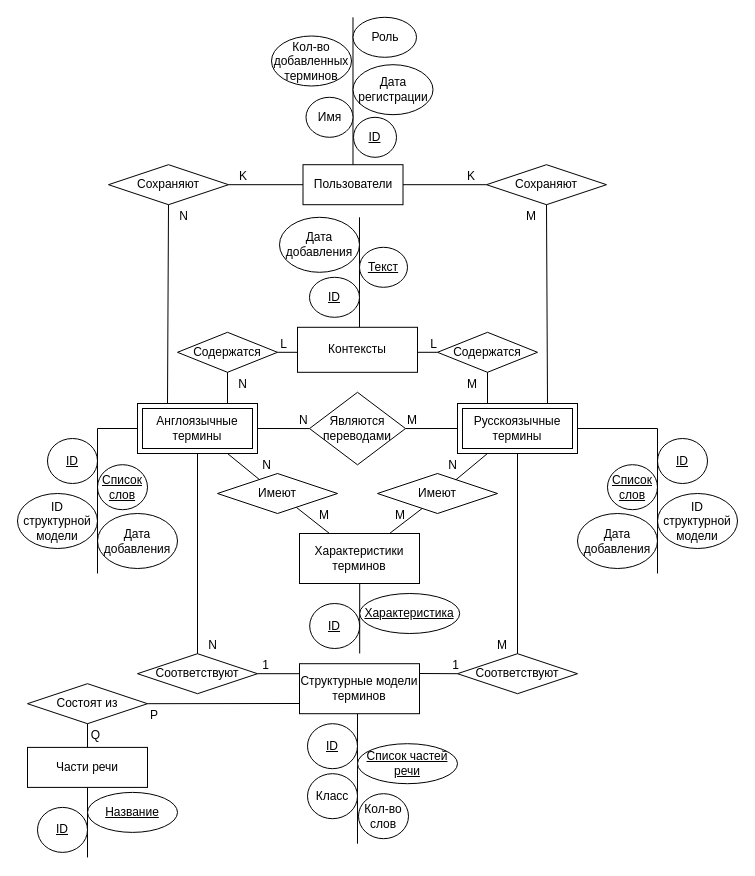
Above: docs/tex/img/ER/ER.drawio in Inspirate789/Thermy-backend (draw.io), before the change. Source tidied: cells renumbered, new cells numbered last; positions are measured from the earlier drawing's top-left corner, leaving out a move shared by most shapes. Both pictures are drawn from the tidied source at 100%, with x=0, y=0 at pixel (17, 17).
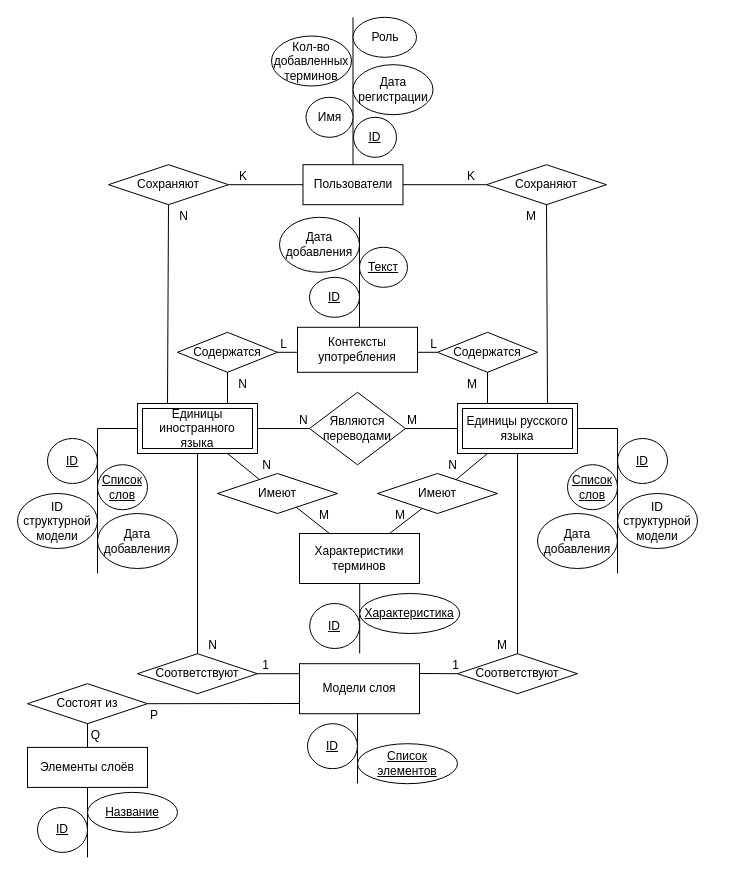
The same diagram, later.

Change to the diagram source:
```diff
@@
-    <mxCell id="2" value="Англоязычные термины" style="shape=ext;margin=3;double=1;whiteSpace=wrap;html=1;align=center;" parent="1" vertex="1">
+    <mxCell id="2" value="Единицы иностранного языка" style="shape=ext;margin=3;double=1;whiteSpace=wrap;html=1;align=center;" parent="1" vertex="1">
       <mxGeometry x="120" y="386" width="120" height="50" as="geometry" />
     </mxCell>
-    <mxCell id="3" value="Русскоязычные термины" style="shape=ext;margin=3;double=1;whiteSpace=wrap;html=1;align=center;" parent="1" vertex="1">
+    <mxCell id="3" value="Единицы русского языка" style="shape=ext;margin=3;double=1;whiteSpace=wrap;html=1;align=center;" parent="1" vertex="1">
       <mxGeometry x="440" y="386" width="120" height="50" as="geometry" />
     </mxCell>
@@
     <mxCell id="30" style="line;strokeWidth=1;dashed=0;labelPosition=right;align=left;verticalAlign=middle;spacingTop=0;spacingLeft=6;direction=south;" parent="1" vertex="1">
-      <mxGeometry x="335" y="696.2" width="10" height="130" as="geometry" />
+      <mxGeometry x="335" y="696.2" width="10" height="69.8" as="geometry" />
     </mxCell>
-    <mxCell id="31" value="Список частей речи" style="ellipse;whiteSpace=wrap;html=1;align=center;fontStyle=4;" parent="1" vertex="1">
+    <mxCell id="31" value="Список элементов" style="ellipse;whiteSpace=wrap;html=1;align=center;fontStyle=4;" parent="1" vertex="1">
       <mxGeometry x="340" y="726.2" width="100" height="40" as="geometry" />
     </mxCell>
@@
-    <mxCell id="51" value="Кол-во&lt;br&gt;слов" style="ellipse;whiteSpace=wrap;html=1;align=center;" parent="1" vertex="1">
-      <mxGeometry x="341" y="776.2" width="50" height="45" as="geometry" />
-    </mxCell>
@@
-    <mxCell id="56" value="Класс" style="ellipse;whiteSpace=wrap;html=1;align=center;" parent="1" vertex="1">
-      <mxGeometry x="290" y="756.2" width="50" height="45" as="geometry" />
-    </mxCell>
-    <mxCell id="57" value="Части речи" style="whiteSpace=wrap;html=1;align=center;" parent="1" vertex="1">
+    <mxCell id="57" value="Элементы слоёв" style="whiteSpace=wrap;html=1;align=center;" parent="1" vertex="1">
       <mxGeometry x="10" y="729.9" width="120" height="40" as="geometry" />
     </mxCell>
@@
-    <mxCell id="67" value="Контексты" style="whiteSpace=wrap;html=1;align=center;" parent="1" vertex="1">
+    <mxCell id="67" value="Контексты употребления" style="whiteSpace=wrap;html=1;align=center;" parent="1" vertex="1">
       <mxGeometry x="280" y="309.8" width="120" height="45" as="geometry" />
     </mxCell>
-    <mxCell id="68" value="Структурные модели терминов" style="whiteSpace=wrap;html=1;align=center;" parent="1" vertex="1">
+    <mxCell id="68" value="Модели слоя" style="whiteSpace=wrap;html=1;align=center;" parent="1" vertex="1">
       <mxGeometry x="282" y="646.2" width="120" height="50" as="geometry" />
     </mxCell>
@@
     <mxCell id="85" value="Список слов" style="ellipse;whiteSpace=wrap;html=1;align=center;fontStyle=4;direction=south;" parent="1" vertex="1">
-      <mxGeometry x="590" y="447.2" width="50" height="45" as="geometry" />
+      <mxGeometry x="550" y="447.2" width="50" height="45" as="geometry" />
     </mxCell>
     <mxCell id="86" value="ID структурной&lt;br&gt;модели" style="ellipse;whiteSpace=wrap;html=1;align=center;" parent="1" vertex="1">
-      <mxGeometry x="640" y="476" width="80" height="55" as="geometry" />
+      <mxGeometry x="600" y="476" width="80" height="55" as="geometry" />
     </mxCell>
     <mxCell id="87" value="ID" style="ellipse;whiteSpace=wrap;html=1;align=center;fontStyle=4;direction=south;" parent="1" vertex="1">
-      <mxGeometry x="640" y="421" width="50" height="45" as="geometry" />
+      <mxGeometry x="600" y="421" width="50" height="45" as="geometry" />
     </mxCell>
     <mxCell id="88" value="Дата добавления" style="ellipse;whiteSpace=wrap;html=1;align=center;" parent="1" vertex="1">
-      <mxGeometry x="560" y="496" width="80" height="55" as="geometry" />
+      <mxGeometry x="520" y="496" width="80" height="55" as="geometry" />
     </mxCell>
     <mxCell id="89" style="endArrow=none;html=1;rounded=0;entryX=1;entryY=0.5;entryDx=0;entryDy=0;" parent="1" edge="1" target="3">
       <mxGeometry relative="1" as="geometry">
-        <mxPoint x="640" y="556" as="sourcePoint" />
+        <mxPoint x="600" y="556" as="sourcePoint" />
         <Array as="points">
-          <mxPoint x="640" y="411" />
+          <mxPoint x="600" y="411" />
         </Array>
       </mxGeometry>
     </mxCell>
```
